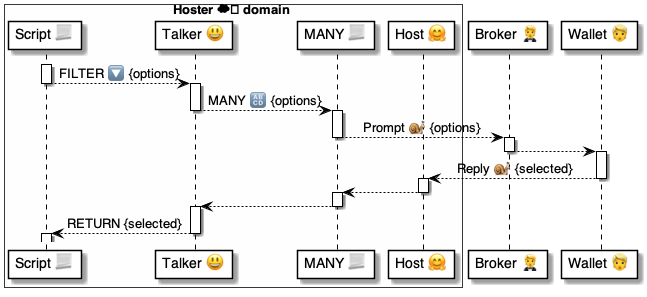
pollyweb-org/pollyweb-docs keeps this PlantUML diagram as 4 ⚙️ Solution/35 💬 Chats/Scripts 📃/📃 methods 🤵/FILTER 🔽/🔽 FILTER ⚙️ uml.png. Above is the earlier version. Its source is kept beside it as 4 ⚙️ Solution/35 💬 Chats/Scripts 📃/📃 methods 🤵/FILTER 🔽/🔽 FILTER ⚙️ uml.puml. Its diagram source:
```plantuml
@startuml SHARE

box Hoster ☁️ domain #FFFFFA
    participant "Script 📃" as script
    participant "Talker 😃" as talker
    participant "MANY 📃" as many
    participant "Host 🤗" as host
end box

participant "Broker 🤵" as broker
participant "Wallet 👱" as wallet

activate script
    script --> talker: FILTER 🔽 {options}
deactivate script

activate talker
    talker --> many: MANY 🔠 {options}
deactivate talker

activate many
    many --> broker: Prompt 🐌 {options}
deactivate many


activate broker
    broker --> wallet:
deactivate broker

activate wallet
    wallet --> host: Reply 🐌 {selected}
deactivate wallet

activate host
    host --> many:
deactivate host

activate many
    many --> talker:
deactivate many

activate talker
    talker --> script: RETURN {selected}
deactivate talker

activate script
deactivate script

@enduml
```
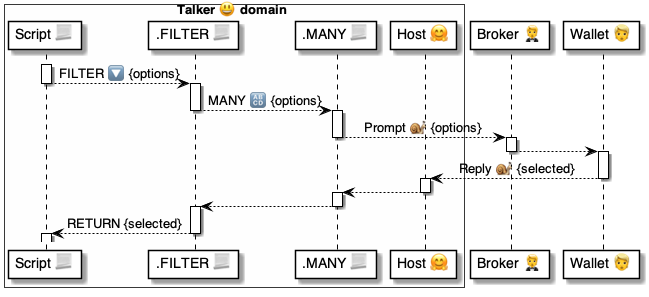
The same file after the commit.

What changed in the source:
```diff
@@ -1,9 +1,11 @@
-@startuml SHARE
+@startuml FILTER
 
-box Hoster ☁️ domain #FFFFFA
+box Talker 😃 domain #FFFFFA
+
     participant "Script 📃" as script
-    participant "Talker 😃" as talker
-    participant "MANY 📃" as many
+    participant ".FILTER 📃" as talker
+
+    participant ".MANY 📃" as many
     participant "Host 🤗" as host
 end box
 
```
